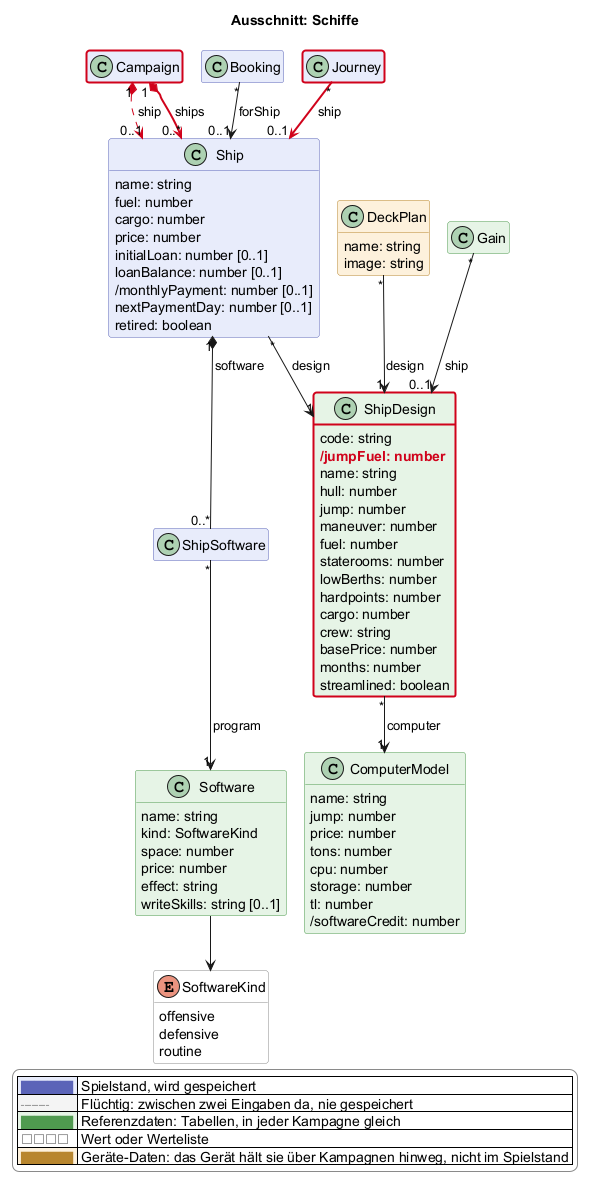
Above: docs/views/schiffe.png in scuzzar/SRE (PlantUML), before the change.
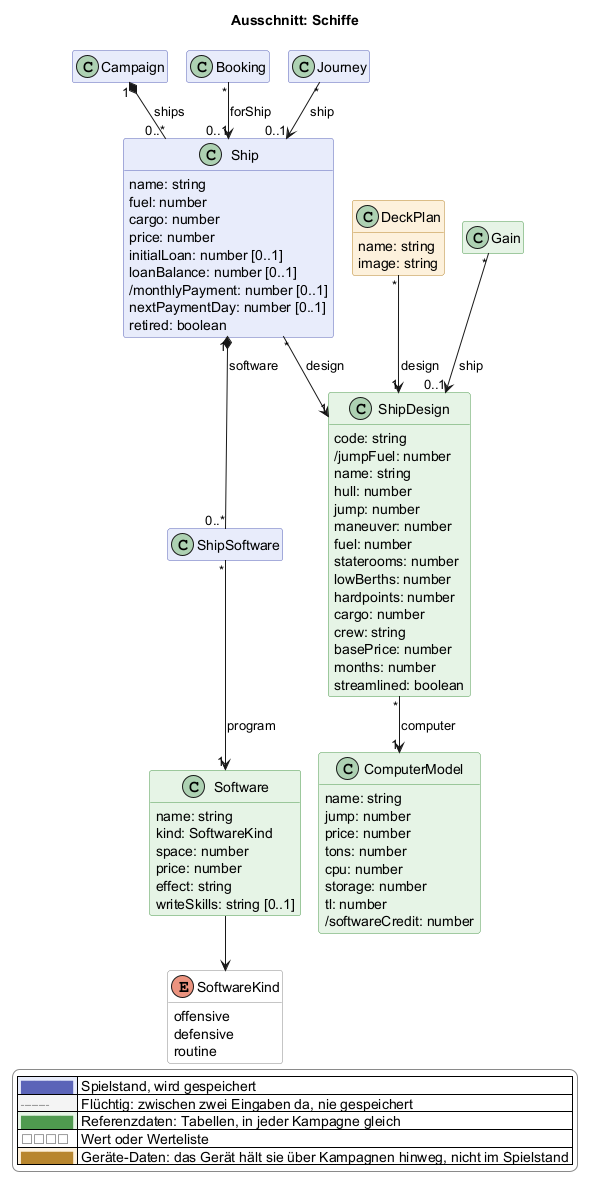
After the change.

What changed in the source:
```diff
@@ -87,7 +87,7 @@
   }
   class ShipDesign <<reference>> $schiffe {
     code: string
-    $new("2026-11-16d", "/jumpFuel: number")
+    /jumpFuel: number
     name: string
     hull: number
     jump: number
@@ -139,8 +139,7 @@
   class Gain <<reference>> $erschaffung
 
 
-Campaign "1" *-$goneArrow("2026-11-16c")-> "0..1" Ship : ship
-Campaign "1" *-$newArrow("2026-11-16c")-> "0..*" Ship : ships
+Campaign "1" *-- "0..*" Ship : ships
 Ship "*" --> "1" ShipDesign : design
 Ship "1" *-- "0..*" ShipSoftware : software
 ShipSoftware "*" --> "1" Software : program
@@ -150,7 +149,7 @@
 Gain "*" --> "0..1" ShipDesign : ship
 DeckPlan "*" --> "1" ShipDesign : design
 
-Journey "*" -$newArrow("2026-11-16d")-> "0..1" Ship : ship
+Journey "*" --> "0..1" Ship : ship
 
 
 
@@ -170,7 +169,4 @@
   |<#ffffff> <color:#8a8a8a>□□□□</color> | Wert oder Werteliste |
   |<#fdf1dc> <color:#b8862e>████</color> | Geräte-Daten: das Gerät hält sie über Kampagnen hinweg, nicht im Spielstand |
 endlegend
-class Campaign #line:d0021b;line.bold
-class ShipDesign #line:d0021b;line.bold
-class Journey #line:d0021b;line.bold
 @enduml
```
